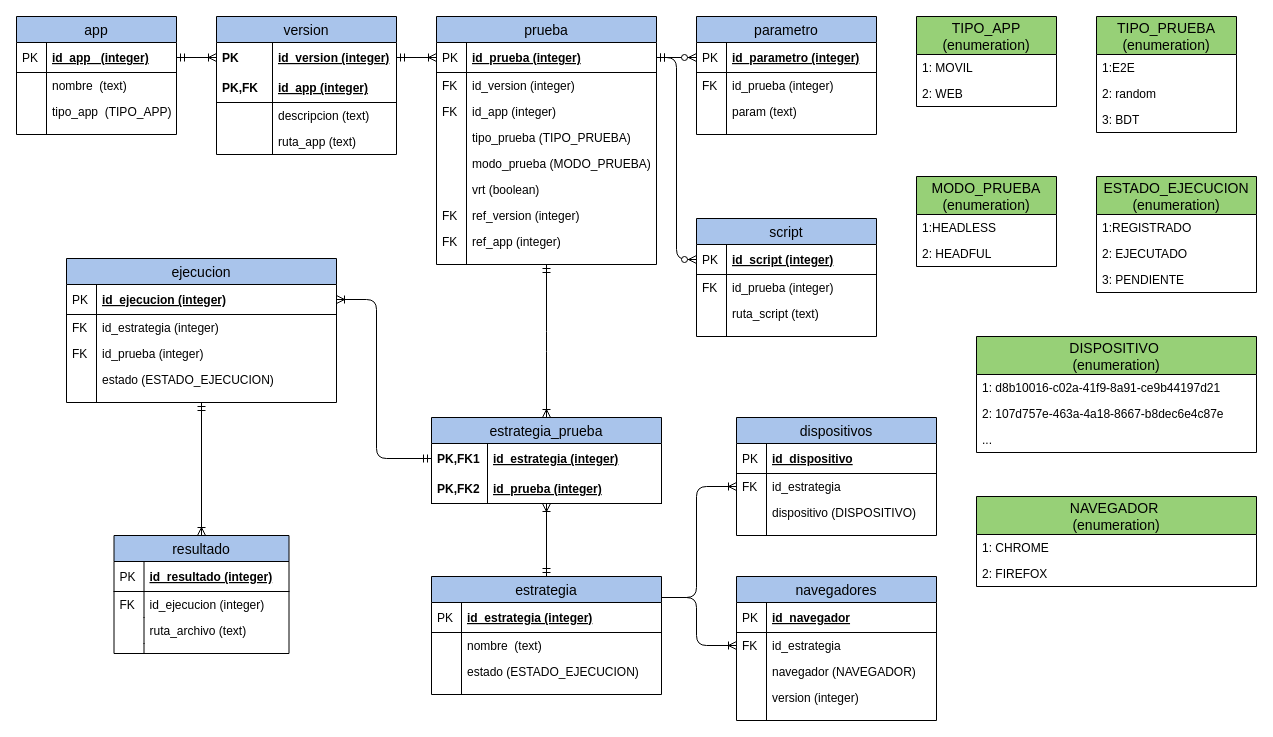
Above: Imagenes/sprint3/Modelo datos.drawio in proyectosuniandes/Proyecto-MISO4208 (draw.io), before the change. Source tidied: cells renumbered, new cells numbered last; positions are measured from the earlier drawing's top-left corner, leaving out a move shared by most shapes. Both pictures are drawn from the tidied source at 100%, with x=0, y=0 at pixel (16, 16).
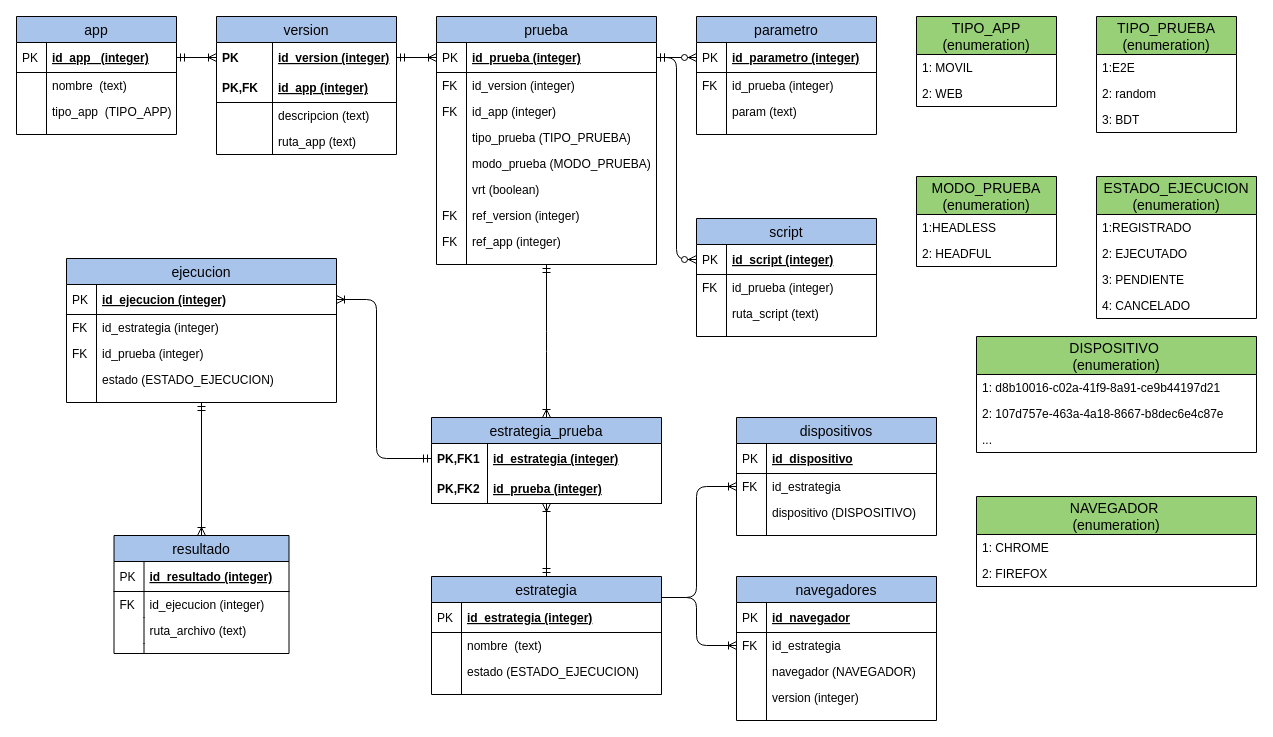
Above is the later version.

Diff of the diagram source:
```diff
@@
     <mxCell id="2" value="ESTADO_EJECUCION &#10;(enumeration)" style="swimlane;fontStyle=0;horizontal=1;startSize=38;fillColor=#97D077;swimlaneFillColor=#ffffff;align=center;fontSize=14;" parent="1" vertex="1">
-      <mxGeometry x="1080" y="160" width="160" height="116" as="geometry" />
+      <mxGeometry x="1080" y="160" width="160" height="142" as="geometry" />
     </mxCell>
@@
+    <mxCell id="142" value="4: CANCELADO" style="text;strokeColor=none;fillColor=none;spacingLeft=4;spacingRight=4;overflow=hidden;fontSize=12;" parent="2" vertex="1">
+      <mxGeometry y="116" width="160" height="26" as="geometry" />
+    </mxCell>
```
